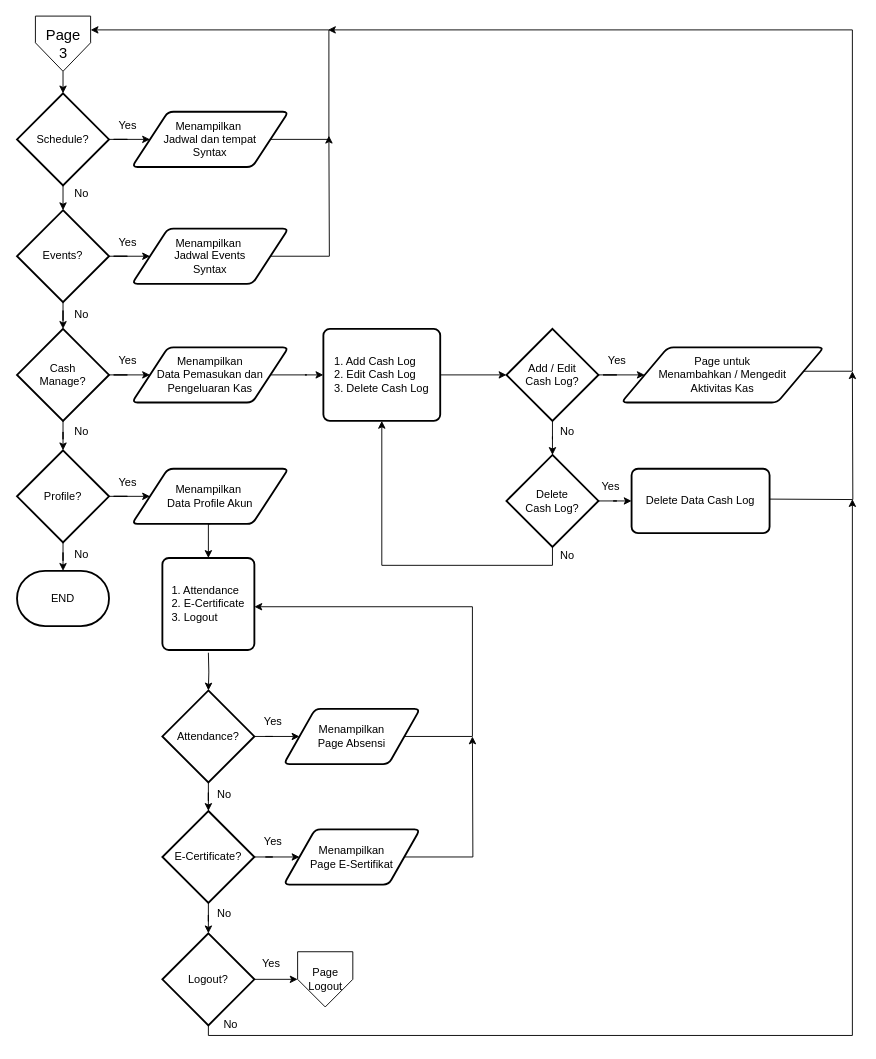
dapzz-id/DrawIO keeps this draw.io diagram as PG3.drawio. Above is the earlier version. Source tidied: cells renumbered, new cells numbered last; positions are measured from the earlier drawing's top-left corner, leaving out a move shared by most shapes. Both pictures are drawn from the tidied source at 92%, with x=0, y=0 at pixel (17, 16).
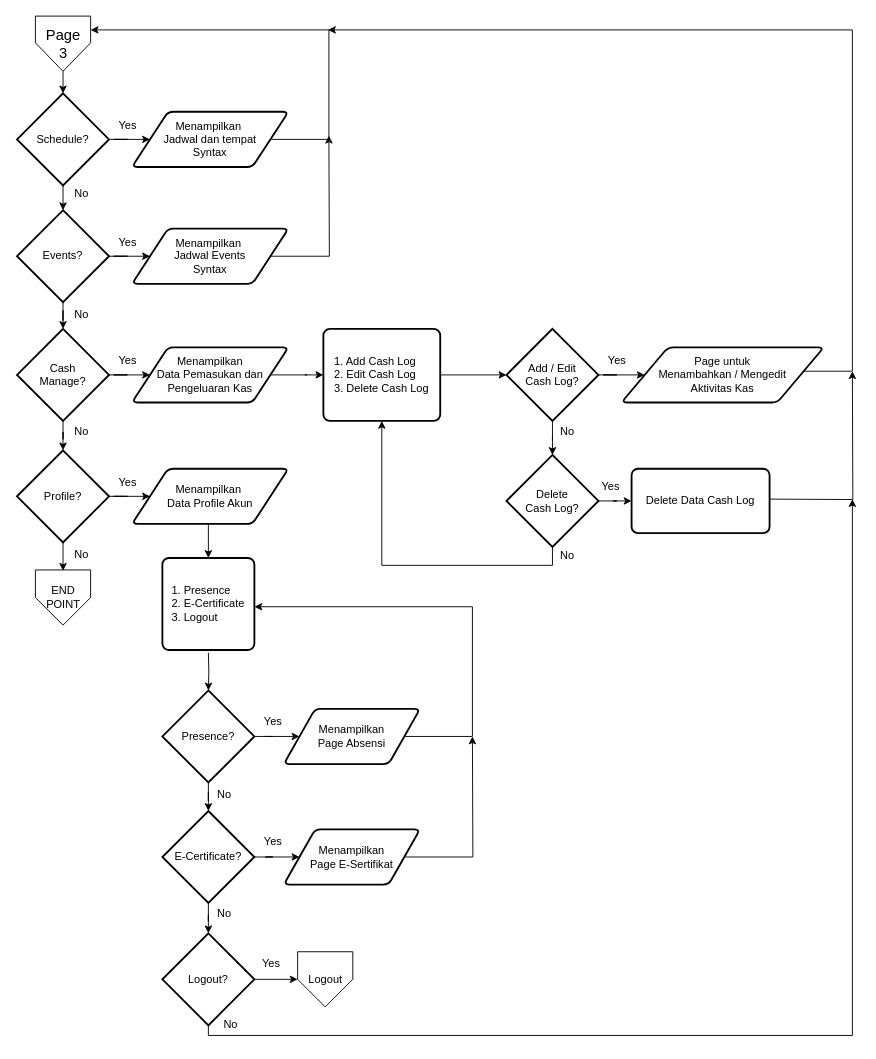
The same diagram, later.

The change refers to these unchanged cells:
```xml
<mxCell id="12" value="Profile?" style="strokeWidth=2;html=1;shape=mxgraph.flowchart.decision;whiteSpace=wrap;" parent="1" vertex="1">
  <mxGeometry y="472" width="100" height="100" as="geometry" />
</mxCell>
```

Change to the diagram source:
```diff
@@
-    <mxCell id="11" style="edgeStyle=orthogonalEdgeStyle;rounded=0;jettySize=auto;html=1;" parent="1" edge="1" source="12" target="20">
-      <mxGeometry relative="1" as="geometry" />
+    <mxCell id="11" style="edgeStyle=orthogonalEdgeStyle;rounded=0;jettySize=auto;html=1;" parent="1" edge="1" source="12">
+      <mxGeometry relative="1" as="geometry">
+        <mxPoint x="50" y="603" as="targetPoint" />
+      </mxGeometry>
     </mxCell>
@@
-    <mxCell id="20" value="END" style="strokeWidth=2;html=1;shape=mxgraph.flowchart.terminator;whiteSpace=wrap;" parent="1" vertex="1">
-      <mxGeometry y="603" width="100" height="60" as="geometry" />
-    </mxCell>
@@
-    <mxCell id="22" value="&lt;div style=&quot;text-align: justify;&quot;&gt;&lt;span style=&quot;background-color: initial;&quot;&gt;1. Attendance&lt;/span&gt;&lt;/div&gt;&lt;div style=&quot;text-align: justify;&quot;&gt;2. E-Certificate&lt;/div&gt;&lt;div style=&quot;text-align: justify;&quot;&gt;3. Logout&lt;/div&gt;" style="rounded=1;whiteSpace=wrap;html=1;absoluteArcSize=1;arcSize=14;strokeWidth=2;" parent="1" vertex="1">
+    <mxCell id="22" value="&lt;div style=&quot;text-align: justify;&quot;&gt;&lt;span style=&quot;background-color: initial;&quot;&gt;1. Presence&lt;/span&gt;&lt;/div&gt;&lt;div style=&quot;text-align: justify;&quot;&gt;2. E-Certificate&lt;/div&gt;&lt;div style=&quot;text-align: justify;&quot;&gt;3. Logout&lt;/div&gt;" style="rounded=1;whiteSpace=wrap;html=1;absoluteArcSize=1;arcSize=14;strokeWidth=2;" parent="1" vertex="1">
       <mxGeometry x="158" y="589" width="100" height="100" as="geometry" />
     </mxCell>
@@
-    <mxCell id="25" value="Attendance?" style="strokeWidth=2;html=1;shape=mxgraph.flowchart.decision;whiteSpace=wrap;" parent="1" vertex="1">
+    <mxCell id="25" value="Presence?" style="strokeWidth=2;html=1;shape=mxgraph.flowchart.decision;whiteSpace=wrap;" parent="1" vertex="1">
       <mxGeometry x="158" y="733" width="100" height="100" as="geometry" />
     </mxCell>
@@
-    <mxCell id="40" value="&lt;font style=&quot;font-size: 12px;&quot;&gt;Page&lt;/font&gt;&lt;div style=&quot;&quot;&gt;&lt;font style=&quot;font-size: 12px;&quot;&gt;Logout&lt;/font&gt;&lt;/div&gt;" style="verticalLabelPosition=middle;verticalAlign=middle;html=1;shape=offPageConnector;rounded=0;size=0.5;labelPosition=center;align=center;" parent="1" vertex="1">
+    <mxCell id="40" value="&lt;span style=&quot;background-color: initial;&quot;&gt;Logout&lt;/span&gt;" style="verticalLabelPosition=middle;verticalAlign=middle;html=1;shape=offPageConnector;rounded=0;size=0.5;labelPosition=center;align=center;" parent="1" vertex="1">
       <mxGeometry x="305" y="1017" width="60" height="60" as="geometry" />
     </mxCell>
@@
+    <mxCell id="71" value="END&lt;div&gt;POINT&lt;/div&gt;" style="verticalLabelPosition=middle;verticalAlign=middle;html=1;shape=offPageConnector;rounded=0;size=0.5;labelPosition=center;align=center;" parent="1" vertex="1">
+      <mxGeometry x="20" y="602" width="60" height="60" as="geometry" />
+    </mxCell>
```
